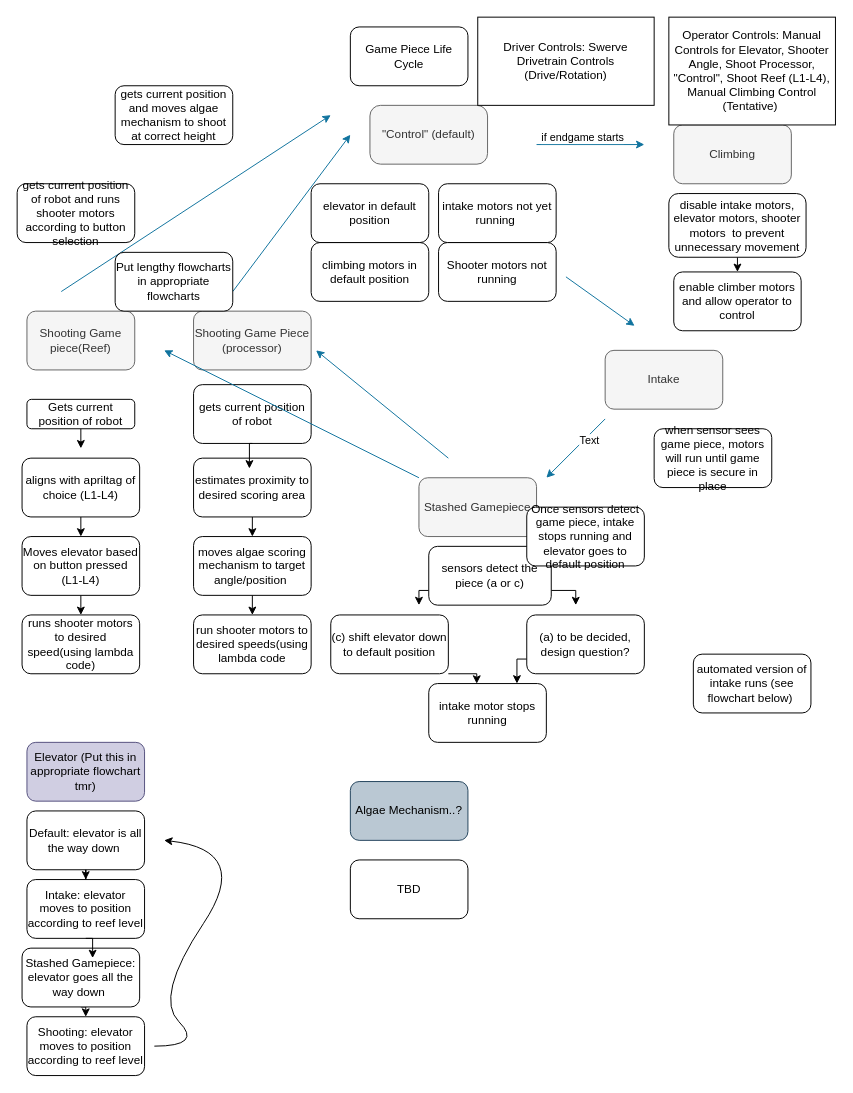
This is docs/Flowcharts/_State Machine Diagram V2.drawio.xml from Trex4935/2025, a draw.io file, before an edit. Source tidied: cells renumbered, new cells numbered last; positions are measured from the earlier drawing's top-left corner, leaving out a move shared by most shapes. Both pictures are drawn from the tidied source at 98%, with x=0, y=0 at pixel (17, 17).
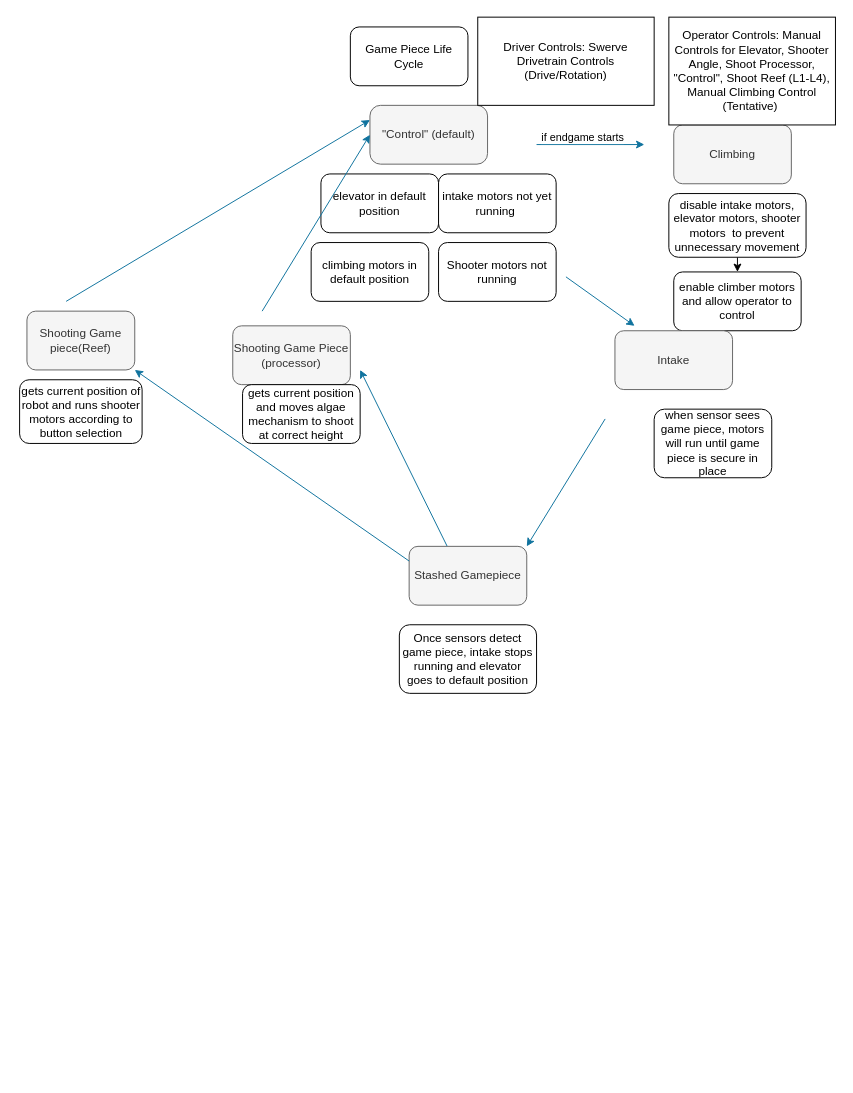
After the change.

Commit message (it also covers changes not shown here):
simplified the flowcharts for life cycle and added details for elevator, intake, shooter

The change refers to these unchanged cells:
```xml
<mxCell id="4" value="Shooting Game piece(Reef)" style="rounded=1;whiteSpace=wrap;html=1;fillColor=#f5f5f5;fontColor=#333333;strokeColor=#666666;" parent="1" vertex="1">
  <mxGeometry x="10" y="300" width="110" height="60" as="geometry" />
</mxCell>
<mxCell id="9" value="&quot;Control&quot; (default)" style="rounded=1;whiteSpace=wrap;html=1;arcSize=18;fillColor=#f5f5f5;fontColor=#333333;strokeColor=#666666;" parent="1" vertex="1">
  <mxGeometry x="360" y="90" width="120" height="60" as="geometry" />
</mxCell>
```

What changed in the source:
```diff
@@
     <mxCell id="3" value="Stashed Gamepiece" style="rounded=1;whiteSpace=wrap;html=1;fillColor=#f5f5f5;fontColor=#333333;strokeColor=#666666;" parent="1" vertex="1">
-      <mxGeometry x="410" y="470" width="120" height="60" as="geometry" />
+      <mxGeometry x="400" y="540" width="120" height="60" as="geometry" />
     </mxCell>
@@
     <mxCell id="5" value="Shooting Game Piece (processor)" style="rounded=1;whiteSpace=wrap;html=1;fillColor=#f5f5f5;fontColor=#333333;strokeColor=#666666;" parent="1" vertex="1">
-      <mxGeometry x="180" y="300" width="120" height="60" as="geometry" />
+      <mxGeometry x="220" y="315" width="120" height="60" as="geometry" />
     </mxCell>
@@
-    <mxCell id="10" style="edgeStyle=orthogonalEdgeStyle;rounded=0;jettySize=auto;html=1;exitX=0.5;exitY=1;exitDx=0;exitDy=0;" parent="1" edge="1" source="11">
-      <mxGeometry relative="1" as="geometry">
-        <mxPoint x="65" y="440" as="targetPoint" />
-      </mxGeometry>
-    </mxCell>
-    <mxCell id="11" value="Gets current position of robot" style="rounded=1;whiteSpace=wrap;html=1;" parent="1" vertex="1">
-      <mxGeometry x="10" y="390" width="110" height="30" as="geometry" />
-    </mxCell>
@@
-    <mxCell id="13" style="edgeStyle=orthogonalEdgeStyle;rounded=0;jettySize=auto;html=1;exitX=0.5;exitY=1;exitDx=0;exitDy=0;entryX=0.5;entryY=0;entryDx=0;entryDy=0;" parent="1" edge="1" source="14" target="25">
-      <mxGeometry relative="1" as="geometry" />
-    </mxCell>
-    <mxCell id="14" value="aligns with apriltag of choice (L1-L4)" style="rounded=1;whiteSpace=wrap;html=1;" parent="1" vertex="1">
-      <mxGeometry x="5" y="450" width="120" height="60" as="geometry" />
-    </mxCell>
-    <mxCell id="15" value="runs shooter motors to desired speed(using lambda code)" style="rounded=1;whiteSpace=wrap;html=1;" parent="1" vertex="1">
-      <mxGeometry x="5" y="610" width="120" height="60" as="geometry" />
-    </mxCell>
-    <mxCell id="16" value="gets current position of robot" style="rounded=1;whiteSpace=wrap;html=1;" parent="1" vertex="1">
-      <mxGeometry x="180" y="375" width="120" height="60" as="geometry" />
-    </mxCell>
     <mxCell id="17" value="elevator in default position" style="rounded=1;whiteSpace=wrap;html=1;" parent="1" vertex="1">
-      <mxGeometry x="300" y="170" width="120" height="60" as="geometry" />
+      <mxGeometry x="310" y="160" width="120" height="60" as="geometry" />
     </mxCell>
-    <mxCell id="18" style="edgeStyle=orthogonalEdgeStyle;rounded=0;jettySize=auto;html=1;exitX=0.5;exitY=1;exitDx=0;exitDy=0;entryX=0.5;entryY=0;entryDx=0;entryDy=0;" parent="1" edge="1" source="19" target="28">
-      <mxGeometry relative="1" as="geometry" />
-    </mxCell>
-    <mxCell id="19" value="estimates proximity to desired scoring area" style="rounded=1;whiteSpace=wrap;html=1;" parent="1" vertex="1">
-      <mxGeometry x="180" y="450" width="120" height="60" as="geometry" />
-    </mxCell>
@@
-    <mxCell id="23" value="(c) shift elevator down to default position" style="rounded=1;whiteSpace=wrap;html=1;" parent="1" vertex="1">
-      <mxGeometry x="320" y="610" width="120" height="60" as="geometry" />
-    </mxCell>
-    <mxCell id="24" style="edgeStyle=orthogonalEdgeStyle;rounded=0;jettySize=auto;html=1;exitX=0.5;exitY=1;exitDx=0;exitDy=0;entryX=0.5;entryY=0;entryDx=0;entryDy=0;" parent="1" edge="1" source="25" target="15">
-      <mxGeometry relative="1" as="geometry" />
-    </mxCell>
-    <mxCell id="25" value="Moves elevator based on button pressed (L1-L4)" style="rounded=1;whiteSpace=wrap;html=1;" parent="1" vertex="1">
-      <mxGeometry x="5" y="530" width="120" height="60" as="geometry" />
-    </mxCell>
@@
-    <mxCell id="27" style="edgeStyle=orthogonalEdgeStyle;rounded=0;jettySize=auto;html=1;exitX=0.5;exitY=1;exitDx=0;exitDy=0;entryX=0.5;entryY=0;entryDx=0;entryDy=0;" parent="1" edge="1" source="28" target="33">
-      <mxGeometry relative="1" as="geometry" />
-    </mxCell>
-    <mxCell id="28" value="moves algae scoring mechanism to target angle/position&amp;nbsp;" style="rounded=1;whiteSpace=wrap;html=1;" parent="1" vertex="1">
-      <mxGeometry x="180" y="530" width="120" height="60" as="geometry" />
-    </mxCell>
     <mxCell id="29" value="intake motors not yet running&amp;nbsp;" style="rounded=1;whiteSpace=wrap;html=1;" parent="1" vertex="1">
-      <mxGeometry x="430" y="170" width="120" height="60" as="geometry" />
+      <mxGeometry x="430" y="160" width="120" height="60" as="geometry" />
     </mxCell>
-    <mxCell id="30" style="edgeStyle=orthogonalEdgeStyle;rounded=0;jettySize=auto;html=1;exitX=0;exitY=0.75;exitDx=0;exitDy=0;" parent="1" edge="1" source="32">
-      <mxGeometry relative="1" as="geometry">
-        <mxPoint x="410" y="600" as="targetPoint" />
-      </mxGeometry>
-    </mxCell>
-    <mxCell id="31" style="edgeStyle=orthogonalEdgeStyle;rounded=0;jettySize=auto;html=1;exitX=1;exitY=0.75;exitDx=0;exitDy=0;" parent="1" edge="1" source="32">
-      <mxGeometry relative="1" as="geometry">
-        <mxPoint x="570" y="600" as="targetPoint" />
-      </mxGeometry>
-    </mxCell>
-    <mxCell id="32" value="sensors detect the piece (a or c)" style="rounded=1;whiteSpace=wrap;html=1;" parent="1" vertex="1">
-      <mxGeometry x="420" y="540" width="125" height="60" as="geometry" />
-    </mxCell>
-    <mxCell id="33" value="run shooter motors to desired speeds(using lambda code" style="rounded=1;whiteSpace=wrap;html=1;" parent="1" vertex="1">
-      <mxGeometry x="180" y="610" width="120" height="60" as="geometry" />
-    </mxCell>
-    <mxCell id="34" style="edgeStyle=orthogonalEdgeStyle;rounded=0;jettySize=auto;html=1;exitX=0;exitY=0.75;exitDx=0;exitDy=0;entryX=0.75;entryY=0;entryDx=0;entryDy=0;" parent="1" edge="1" source="35" target="36">
-      <mxGeometry relative="1" as="geometry" />
-    </mxCell>
-    <mxCell id="35" value="(a) to be decided, design question?" style="rounded=1;whiteSpace=wrap;html=1;" parent="1" vertex="1">
-      <mxGeometry x="520" y="610" width="120" height="60" as="geometry" />
-    </mxCell>
-    <mxCell id="36" value="intake motor stops running" style="rounded=1;whiteSpace=wrap;html=1;" parent="1" vertex="1">
-      <mxGeometry x="420" y="680" width="120" height="60" as="geometry" />
-    </mxCell>
@@
     <mxCell id="38" value="Intake" style="rounded=1;whiteSpace=wrap;html=1;fillColor=#f5f5f5;fontColor=#333333;strokeColor=#666666;" parent="1" vertex="1">
-      <mxGeometry x="600" y="340" width="120" height="60" as="geometry" />
+      <mxGeometry x="610" y="320" width="120" height="60" as="geometry" />
     </mxCell>
-    <mxCell id="39" value="automated version of intake runs (see flowchart below)&amp;nbsp;" style="rounded=1;whiteSpace=wrap;html=1;" parent="1" vertex="1">
-      <mxGeometry x="690" y="650" width="120" height="60" as="geometry" />
-    </mxCell>
@@
-    <mxCell id="42" style="endArrow=classic;html=1;rounded=0;fillColor=#b1ddf0;strokeColor=#10739e;" parent="1" edge="1">
+    <mxCell id="42" style="endArrow=classic;html=1;rounded=0;fillColor=#b1ddf0;strokeColor=#10739e;entryX=1;entryY=0;entryDx=0;entryDy=0;" parent="1" edge="1" target="3">
       <mxGeometry relative="1" as="geometry">
         <mxPoint x="600" y="410" as="sourcePoint" />
-        <mxPoint x="540" y="470" as="targetPoint" />
       </mxGeometry>
     </mxCell>
-    <mxCell id="43" value="Text" style="edgeLabel;html=1;align=center;verticalAlign=middle;" parent="42" vertex="1">
-      <mxGeometry x="-0.37" y="3" relative="1" as="geometry" />
-    </mxCell>
-    <mxCell id="44" style="endArrow=classic;html=1;rounded=0;fillColor=#b1ddf0;strokeColor=#10739e;" parent="1" edge="1">
+    <mxCell id="44" style="endArrow=classic;html=1;rounded=0;fillColor=#b1ddf0;strokeColor=#10739e;entryX=0;entryY=0.25;entryDx=0;entryDy=0;" parent="1" edge="1" target="9">
       <mxGeometry relative="1" as="geometry">
-        <mxPoint x="45" y="280" as="sourcePoint" />
-        <mxPoint x="320" y="100" as="targetPoint" />
+        <mxPoint x="50" y="290" as="sourcePoint" />
       </mxGeometry>
     </mxCell>
-    <mxCell id="45" style="endArrow=classic;html=1;rounded=0;fillColor=#b1ddf0;strokeColor=#10739e;" parent="1" edge="1">
+    <mxCell id="45" style="endArrow=classic;html=1;rounded=0;fillColor=#b1ddf0;strokeColor=#10739e;exitX=0.322;exitY=-0.006;exitDx=0;exitDy=0;exitPerimeter=0;" parent="1" edge="1" source="3">
       <mxGeometry relative="1" as="geometry">
-        <mxPoint x="440" y="450" as="sourcePoint" />
-        <mxPoint x="305" y="340" as="targetPoint" />
+        <mxPoint x="350" y="360" as="targetPoint" />
       </mxGeometry>
     </mxCell>
-    <mxCell id="46" style="endArrow=classic;html=1;rounded=0;fillColor=#b1ddf0;strokeColor=#10739e;" parent="1" edge="1">
+    <mxCell id="46" style="endArrow=classic;html=1;rounded=0;fillColor=#b1ddf0;strokeColor=#10739e;entryX=0;entryY=0.5;entryDx=0;entryDy=0;" parent="1" edge="1" target="9">
       <mxGeometry relative="1" as="geometry">
-        <mxPoint x="220" y="280" as="sourcePoint" />
-        <mxPoint x="340" y="120" as="targetPoint" />
+        <mxPoint x="250" y="300" as="sourcePoint" />
       </mxGeometry>
     </mxCell>
-    <mxCell id="47" value="Elevator (Put this in appropriate flowchart tmr)" style="rounded=1;whiteSpace=wrap;html=1;fillColor=#d0cee2;strokeColor=#56517e;" parent="1" vertex="1">
-      <mxGeometry x="10" y="740" width="120" height="60" as="geometry" />
-    </mxCell>
-    <mxCell id="48" style="edgeStyle=orthogonalEdgeStyle;rounded=0;jettySize=auto;html=1;exitX=0.5;exitY=1;exitDx=0;exitDy=0;" parent="1" edge="1" source="49" target="50">
-      <mxGeometry relative="1" as="geometry" />
-    </mxCell>
-    <mxCell id="49" value="Default: elevator is all the way down&amp;nbsp;" style="rounded=1;whiteSpace=wrap;html=1;" parent="1" vertex="1">
-      <mxGeometry x="10" y="810" width="120" height="60" as="geometry" />
-    </mxCell>
-    <mxCell id="50" value="Intake: elevator moves to position according to reef level" style="rounded=1;whiteSpace=wrap;html=1;" parent="1" vertex="1">
-      <mxGeometry x="10" y="880" width="120" height="60" as="geometry" />
-    </mxCell>
-    <mxCell id="51" style="edgeStyle=orthogonalEdgeStyle;rounded=0;jettySize=auto;html=1;exitX=0.5;exitY=1;exitDx=0;exitDy=0;entryX=0.5;entryY=0;entryDx=0;entryDy=0;" parent="1" edge="1" source="52" target="53">
-      <mxGeometry relative="1" as="geometry" />
-    </mxCell>
-    <mxCell id="52" value="Stashed Gamepiece: elevator goes all the way down&amp;nbsp;" style="rounded=1;whiteSpace=wrap;html=1;" parent="1" vertex="1">
-      <mxGeometry x="5" y="950" width="120" height="60" as="geometry" />
-    </mxCell>
-    <mxCell id="53" value="Shooting: elevator moves to position according to reef level" style="rounded=1;whiteSpace=wrap;html=1;" parent="1" vertex="1">
-      <mxGeometry x="10" y="1020" width="120" height="60" as="geometry" />
-    </mxCell>
-    <mxCell id="54" style="curved=1;endArrow=classic;html=1;rounded=0;" parent="1" edge="1">
-      <mxGeometry relative="1" as="geometry">
-        <mxPoint x="140" y="1050" as="sourcePoint" />
-        <mxPoint x="150" y="840" as="targetPoint" />
-        <Array as="points">
-          <mxPoint x="190" y="1050" />
-          <mxPoint x="140" y="1000" />
-          <mxPoint x="240" y="850" />
-        </Array>
-      </mxGeometry>
-    </mxCell>
-    <mxCell id="55" value="Algae Mechanism..?" style="rounded=1;whiteSpace=wrap;html=1;fillColor=#bac8d3;strokeColor=#23445d;" parent="1" vertex="1">
-      <mxGeometry x="340" y="780" width="120" height="60" as="geometry" />
-    </mxCell>
-    <mxCell id="56" value="TBD" style="rounded=1;whiteSpace=wrap;html=1;" parent="1" vertex="1">
-      <mxGeometry x="340" y="860" width="120" height="60" as="geometry" />
-    </mxCell>
-    <mxCell id="57" style="edgeStyle=orthogonalEdgeStyle;rounded=0;jettySize=auto;html=1;exitX=0.5;exitY=1;exitDx=0;exitDy=0;entryX=0.6;entryY=0.169;entryDx=0;entryDy=0;entryPerimeter=0;" parent="1" edge="1" source="50" target="52">
-      <mxGeometry relative="1" as="geometry" />
-    </mxCell>
-    <mxCell id="58" style="edgeStyle=orthogonalEdgeStyle;rounded=0;jettySize=auto;html=1;exitX=1;exitY=1;exitDx=0;exitDy=0;entryX=0.408;entryY=0.002;entryDx=0;entryDy=0;entryPerimeter=0;" parent="1" edge="1" source="23" target="36">
-      <mxGeometry relative="1" as="geometry" />
-    </mxCell>
-    <mxCell id="59" style="edgeStyle=orthogonalEdgeStyle;rounded=0;jettySize=auto;html=1;exitX=0.5;exitY=1;exitDx=0;exitDy=0;entryX=0.475;entryY=0.176;entryDx=0;entryDy=0;entryPerimeter=0;" parent="1" edge="1" source="16" target="19">
-      <mxGeometry relative="1" as="geometry" />
-    </mxCell>
-    <mxCell id="60" style="endArrow=classic;html=1;rounded=0;fillColor=#b1ddf0;strokeColor=#10739e;" parent="1" edge="1">
-      <mxGeometry relative="1" as="geometry">
-        <mxPoint x="410" y="470" as="sourcePoint" />
-        <mxPoint x="150" y="340" as="targetPoint" />
-      </mxGeometry>
+    <mxCell id="60" style="endArrow=classic;html=1;rounded=0;fillColor=#b1ddf0;strokeColor=#10739e;entryX=1;entryY=1;entryDx=0;entryDy=0;exitX=0;exitY=0.25;exitDx=0;exitDy=0;" parent="1" edge="1" source="3" target="4">
+      <mxGeometry relative="1" as="geometry" />
     </mxCell>
     <mxCell id="61" value="gets current position of robot and runs shooter motors according to button selection" style="rounded=1;whiteSpace=wrap;html=1;" parent="1" vertex="1">
-      <mxGeometry y="170" width="120" height="60" as="geometry" />
+      <mxGeometry x="2.5" y="370" width="125" height="65" as="geometry" />
     </mxCell>
     <mxCell id="62" value="gets current position and moves algae mechanism to shoot at correct height" style="rounded=1;whiteSpace=wrap;html=1;" parent="1" vertex="1">
-      <mxGeometry x="100" y="70" width="120" height="60" as="geometry" />
+      <mxGeometry x="230" y="375" width="120" height="60" as="geometry" />
     </mxCell>
     <mxCell id="63" value="Once sensors detect game piece, intake stops running and elevator goes to default position" style="rounded=1;whiteSpace=wrap;html=1;" parent="1" vertex="1">
-      <mxGeometry x="520" y="500" width="120" height="60" as="geometry" />
+      <mxGeometry x="390" y="620" width="140" height="70" as="geometry" />
     </mxCell>
     <mxCell id="64" value="when sensor sees game piece, motors will run until game piece is secure in place" style="rounded=1;whiteSpace=wrap;html=1;" parent="1" vertex="1">
-      <mxGeometry x="650" y="420" width="120" height="60" as="geometry" />
+      <mxGeometry x="650" y="400" width="120" height="70" as="geometry" />
     </mxCell>
-    <mxCell id="65" value="Put lengthy flowcharts in appropriate flowcharts" style="rounded=1;whiteSpace=wrap;html=1;" parent="1" vertex="1">
-      <mxGeometry x="100" y="240" width="120" height="60" as="geometry" />
-    </mxCell>
```
